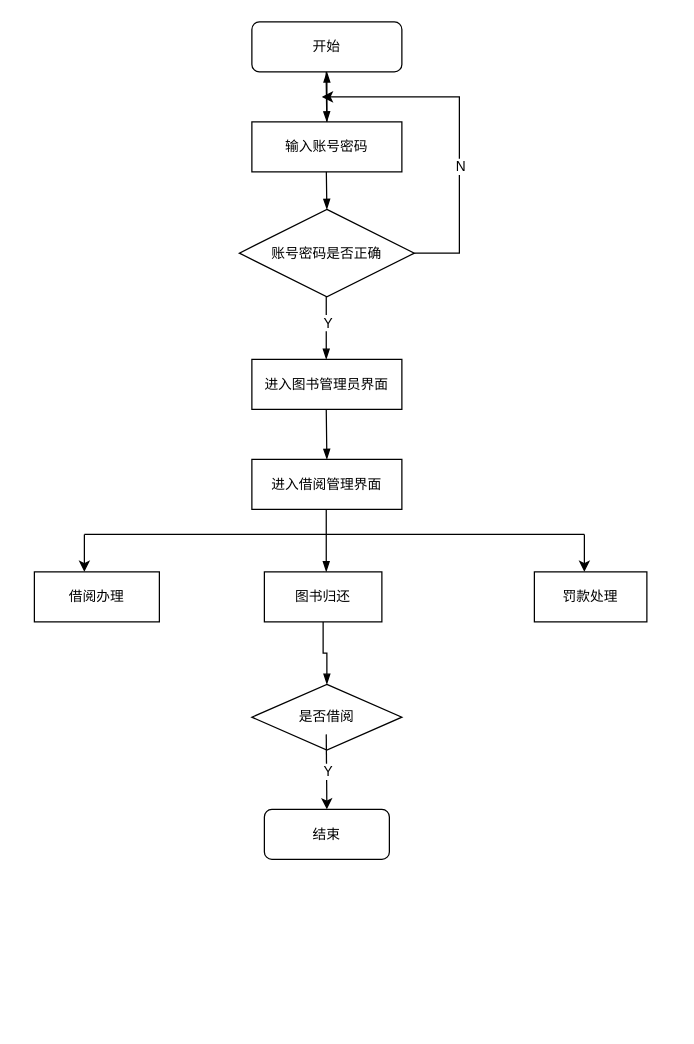
This is page "4-21" (19 of 19) of book.drawio from fanxy399/book, a draw.io file, before an edit. Source tidied: cells renumbered, new cells numbered last; positions are measured from the earlier drawing's top-left corner, leaving out a move shared by most shapes. Both pictures are drawn from the tidied source at 125%, with x=0, y=0 at pixel (34, 21).
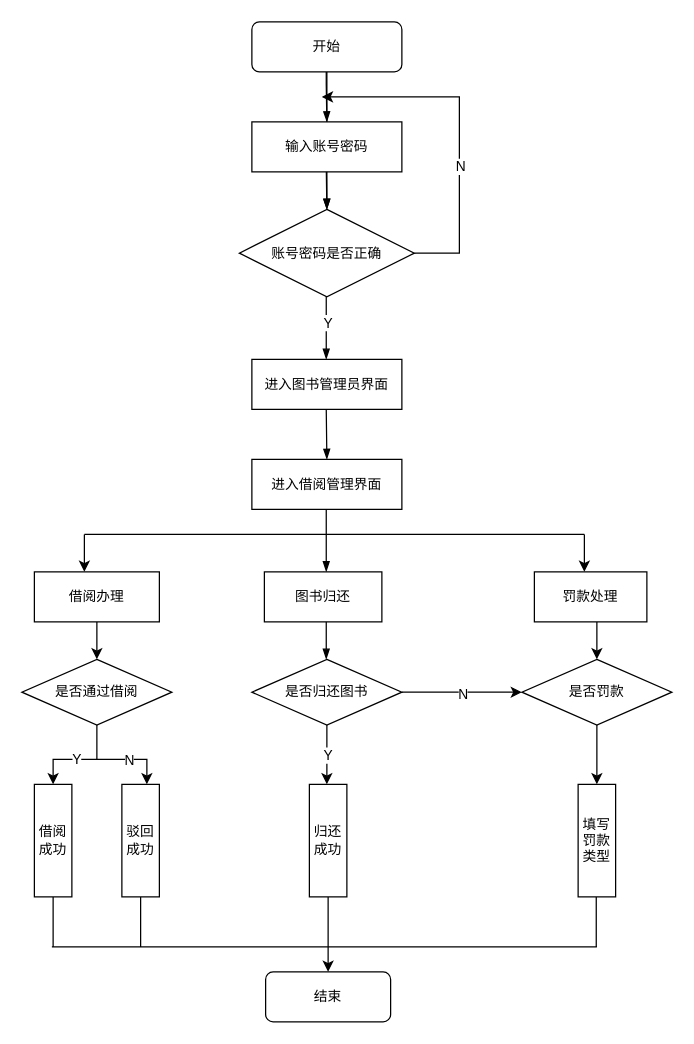
The same diagram, later.

Unchanged cells that the change refers to:
```xml
<mxCell id="3" value="开始" style="rounded=1;whiteSpace=wrap;html=1;fontFamily=Helvetica;fontSize=11;fontColor=default;" parent="1" vertex="1">
  <mxGeometry x="174" width="120" height="40" as="geometry" />
</mxCell>
<mxCell id="6" value="输入账号密码" style="rounded=0;whiteSpace=wrap;html=1;fontFamily=Helvetica;fontSize=11;fontColor=default;" parent="1" vertex="1">
  <mxGeometry x="174" y="80" width="120" height="40" as="geometry" />
</mxCell>
<mxCell id="9" value="账号密码是否正确" style="rhombus;whiteSpace=wrap;html=1;fontSize=11;rounded=0;" parent="1" vertex="1">
  <mxGeometry x="164" y="150" width="140" height="70" as="geometry" />
</mxCell>
<mxCell id="24" value="借阅办理" style="whiteSpace=wrap;html=1;fontSize=11;rounded=0;spacing=2;spacingTop=-1;" parent="1" vertex="1">
  <mxGeometry y="440" width="100" height="40" as="geometry" />
</mxCell>
<mxCell id="27" value="图书归还" style="whiteSpace=wrap;html=1;fontSize=11;rounded=0;spacing=2;spacingTop=-1;" parent="1" vertex="1">
  <mxGeometry x="184" y="440" width="94" height="40" as="geometry" />
</mxCell>
```

The edit, as a diff of the source:
```diff
@@
+    <mxCell id="28" style="edgeStyle=elbowEdgeStyle;shape=connector;rounded=0;jettySize=auto;elbow=vertical;html=1;labelBackgroundColor=default;strokeColor=default;align=center;verticalAlign=middle;fontFamily=Helvetica;fontSize=11;fontColor=default;endArrow=blockThin;endFill=1;" parent="1" edge="1" source="3" target="9">
+      <mxGeometry relative="1" as="geometry" />
+    </mxCell>
@@
-    <mxCell id="5" style="edgeStyle=elbowEdgeStyle;shape=connector;rounded=0;jettySize=auto;elbow=vertical;html=1;labelBackgroundColor=default;strokeColor=default;align=center;verticalAlign=middle;fontFamily=Helvetica;fontSize=11;fontColor=default;endArrow=blockThin;endFill=1;" parent="1" edge="1" source="6" target="3">
-      <mxGeometry relative="1" as="geometry" />
-    </mxCell>
@@
-    <mxCell id="16" style="edgeStyle=elbowEdgeStyle;shape=connector;rounded=0;jettySize=auto;elbow=vertical;html=1;labelBackgroundColor=default;strokeColor=default;align=center;verticalAlign=middle;fontFamily=Helvetica;fontSize=11;fontColor=default;endArrow=blockThin;endFill=1;entryX=0.5;entryY=0;entryDx=0;entryDy=0;" parent="1" edge="1" source="27" target="17">
-      <mxGeometry relative="1" as="geometry" />
+    <mxCell id="16" style="edgeStyle=elbowEdgeStyle;shape=connector;rounded=0;orthogonalLoop=1;jettySize=auto;elbow=vertical;html=1;labelBackgroundColor=default;strokeColor=default;align=center;verticalAlign=middle;fontFamily=Helvetica;fontSize=11;fontColor=default;endArrow=blockThin;endFill=1;entryX=0.5;entryY=0;entryDx=0;entryDy=0;" parent="1" edge="1">
+      <mxGeometry relative="1" as="geometry">
+        <mxPoint x="233.5" y="460" as="sourcePoint" />
+        <mxPoint x="233.5" y="510" as="targetPoint" />
+      </mxGeometry>
     </mxCell>
-    <mxCell id="17" value="是否借阅" style="rhombus;whiteSpace=wrap;html=1;fontSize=11;rounded=0;spacing=2;spacingTop=-1;" parent="1" vertex="1">
-      <mxGeometry x="174" y="530" width="120" height="52.5" as="geometry" />
+    <mxCell id="17" value="是否归还图书" style="rhombus;whiteSpace=wrap;html=1;fontSize=11;rounded=0;spacing=2;spacingTop=-1;" parent="1" vertex="1">
+      <mxGeometry x="174" y="510" width="120" height="52.5" as="geometry" />
     </mxCell>
-    <mxCell id="18" style="endArrow=classic;html=1;rounded=0;labelBackgroundColor=default;strokeColor=default;align=center;verticalAlign=middle;fontFamily=Helvetica;fontSize=11;fontColor=default;shape=connector;elbow=vertical;" parent="1" edge="1">
+    <mxCell id="18" style="endArrow=classic;html=1;rounded=0;labelBackgroundColor=default;strokeColor=default;align=center;verticalAlign=middle;fontFamily=Helvetica;fontSize=11;fontColor=default;shape=connector;elbow=vertical;exitX=0.5;exitY=1;exitDx=0;exitDy=0;" parent="1" edge="1" source="17">
       <mxGeometry relative="1" as="geometry">
-        <mxPoint x="233.5" y="570" as="sourcePoint" />
-        <mxPoint x="234" y="630" as="targetPoint" />
+        <mxPoint x="234" y="610" as="targetPoint" />
       </mxGeometry>
     </mxCell>
     <mxCell id="19" value="Y" style="edgeLabel;html=1;align=center;verticalAlign=middle;fontSize=11;fontFamily=Helvetica;fontColor=default;" parent="18" vertex="1">
-      <mxGeometry y="1" relative="1" as="geometry" />
+      <mxGeometry y="1" relative="1" as="geometry">
+        <mxPoint x="-1" as="offset" />
+      </mxGeometry>
     </mxCell>
     <mxCell id="20" value="结束" style="rounded=1;whiteSpace=wrap;html=1;fontFamily=Helvetica;fontSize=11;fontColor=default;" parent="1" vertex="1">
-      <mxGeometry x="184" y="630" width="100" height="40" as="geometry" />
+      <mxGeometry x="185" y="760" width="100" height="40" as="geometry" />
     </mxCell>
@@
+    <mxCell id="29" value="是否通过借阅" style="rhombus;whiteSpace=wrap;html=1;fontSize=11;rounded=0;spacing=2;spacingTop=-1;" parent="1" vertex="1">
+      <mxGeometry x="-10" y="510" width="120" height="52.5" as="geometry" />
+    </mxCell>
+    <mxCell id="30" value="是否罚款" style="rhombus;whiteSpace=wrap;html=1;fontSize=11;rounded=0;spacing=2;spacingTop=-1;" parent="1" vertex="1">
+      <mxGeometry x="390" y="510" width="120" height="52.5" as="geometry" />
+    </mxCell>
+    <mxCell id="31" style="endArrow=classic;html=1;rounded=0;labelBackgroundColor=default;strokeColor=default;align=center;verticalAlign=middle;fontFamily=Helvetica;fontSize=11;fontColor=default;shape=connector;elbow=vertical;exitX=0.5;exitY=1;exitDx=0;exitDy=0;entryX=0.5;entryY=0;entryDx=0;entryDy=0;" parent="1" edge="1" source="24" target="29">
+      <mxGeometry relative="1" as="geometry" />
+    </mxCell>
+    <mxCell id="32" style="endArrow=classic;html=1;rounded=0;labelBackgroundColor=default;strokeColor=default;align=center;verticalAlign=middle;fontFamily=Helvetica;fontSize=11;fontColor=default;shape=connector;elbow=vertical;entryX=0.5;entryY=0;entryDx=0;entryDy=0;" parent="1" edge="1" target="30">
+      <mxGeometry relative="1" as="geometry">
+        <mxPoint x="450" y="480" as="sourcePoint" />
+      </mxGeometry>
+    </mxCell>
+    <mxCell id="33" style="endArrow=classic;html=1;rounded=0;labelBackgroundColor=default;strokeColor=default;align=center;verticalAlign=middle;fontFamily=Helvetica;fontSize=11;fontColor=default;shape=connector;elbow=vertical;exitX=1;exitY=0.5;exitDx=0;exitDy=0;entryX=0;entryY=0.5;entryDx=0;entryDy=0;" parent="1" edge="1" source="17" target="30">
+      <mxGeometry relative="1" as="geometry" />
+    </mxCell>
+    <mxCell id="34" value="N" style="edgeLabel;html=1;align=center;verticalAlign=middle;fontSize=11;fontFamily=Helvetica;fontColor=default;" parent="33" vertex="1">
+      <mxGeometry y="-1" relative="1" as="geometry" />
+    </mxCell>
+    <mxCell id="35" value="归还成功" style="rounded=0;whiteSpace=wrap;html=1;fontFamily=Helvetica;fontSize=11;fontColor=default;spacing=5;" parent="1" vertex="1">
+      <mxGeometry x="220" y="610" width="30" height="90" as="geometry" />
+    </mxCell>
+    <mxCell id="36" value="驳回成功" style="rounded=0;whiteSpace=wrap;html=1;fontFamily=Helvetica;fontSize=11;fontColor=default;spacing=5;" parent="1" vertex="1">
+      <mxGeometry x="70" y="610" width="30" height="90" as="geometry" />
+    </mxCell>
+    <mxCell id="37" value="借阅成功" style="rounded=0;whiteSpace=wrap;html=1;fontFamily=Helvetica;fontSize=11;fontColor=default;spacing=5;" parent="1" vertex="1">
+      <mxGeometry y="610" width="30" height="90" as="geometry" />
+    </mxCell>
+    <mxCell id="38" value="填写罚款类型" style="rounded=0;whiteSpace=wrap;html=1;fontFamily=Helvetica;fontSize=11;fontColor=default;spacing=5;" parent="1" vertex="1">
+      <mxGeometry x="435" y="610" width="30" height="90" as="geometry" />
+    </mxCell>
+    <mxCell id="39" style="endArrow=classic;html=1;rounded=0;labelBackgroundColor=default;strokeColor=default;align=center;verticalAlign=middle;fontFamily=Helvetica;fontSize=11;fontColor=default;shape=connector;elbow=vertical;exitX=0.5;exitY=1;exitDx=0;exitDy=0;" parent="1" edge="1" source="35">
+      <mxGeometry relative="1" as="geometry">
+        <mxPoint x="235" y="760" as="targetPoint" />
+      </mxGeometry>
+    </mxCell>
+    <mxCell id="40" style="endArrow=classic;html=1;rounded=0;labelBackgroundColor=default;strokeColor=default;align=center;verticalAlign=middle;fontFamily=Helvetica;fontSize=11;fontColor=default;shape=connector;elbow=vertical;exitX=0.5;exitY=1;exitDx=0;exitDy=0;entryX=0.5;entryY=0;entryDx=0;entryDy=0;" parent="1" edge="1" source="29" target="37">
+      <mxGeometry relative="1" as="geometry">
+        <Array as="points">
+          <mxPoint x="50" y="590" />
+          <mxPoint x="15" y="590" />
+        </Array>
+      </mxGeometry>
+    </mxCell>
+    <mxCell id="41" value="Y" style="edgeLabel;html=1;align=center;verticalAlign=middle;fontSize=11;fontFamily=Helvetica;fontColor=default;" parent="40" vertex="1">
+      <mxGeometry x="0.08" y="-1" relative="1" as="geometry">
+        <mxPoint x="1" as="offset" />
+      </mxGeometry>
+    </mxCell>
+    <mxCell id="42" style="endArrow=classic;html=1;rounded=0;labelBackgroundColor=default;strokeColor=default;align=center;verticalAlign=middle;fontFamily=Helvetica;fontSize=11;fontColor=default;shape=connector;elbow=vertical;" parent="1" edge="1">
+      <mxGeometry relative="1" as="geometry">
+        <mxPoint x="50" y="590" as="sourcePoint" />
+        <mxPoint x="90" y="610" as="targetPoint" />
+        <Array as="points">
+          <mxPoint x="90" y="590" />
+        </Array>
+      </mxGeometry>
+    </mxCell>
+    <mxCell id="43" value="N" style="edgeLabel;html=1;align=center;verticalAlign=middle;fontSize=11;fontFamily=Helvetica;fontColor=default;" parent="42" vertex="1">
+      <mxGeometry x="-0.17" relative="1" as="geometry" />
+    </mxCell>
+    <mxCell id="44" style="endArrow=classic;html=1;rounded=0;labelBackgroundColor=default;strokeColor=default;align=center;verticalAlign=middle;fontFamily=Helvetica;fontSize=11;fontColor=default;shape=connector;elbow=vertical;exitX=0.5;exitY=1;exitDx=0;exitDy=0;entryX=0.5;entryY=0;entryDx=0;entryDy=0;" parent="1" edge="1" source="30" target="38">
+      <mxGeometry relative="1" as="geometry" />
+    </mxCell>
+    <mxCell id="45" style="endArrow=none;html=1;rounded=0;labelBackgroundColor=default;strokeColor=default;align=center;verticalAlign=middle;fontFamily=Helvetica;fontSize=11;fontColor=default;shape=connector;elbow=vertical;" parent="1" edge="1">
+      <mxGeometry relative="1" as="geometry">
+        <mxPoint x="14" y="740" as="sourcePoint" />
+        <mxPoint x="450" y="740" as="targetPoint" />
+      </mxGeometry>
+    </mxCell>
+    <mxCell id="46" style="endArrow=none;html=1;rounded=0;labelBackgroundColor=default;strokeColor=default;align=center;verticalAlign=middle;fontFamily=Helvetica;fontSize=11;fontColor=default;shape=connector;elbow=vertical;entryX=0.5;entryY=1;entryDx=0;entryDy=0;" parent="1" edge="1" target="37">
+      <mxGeometry relative="1" as="geometry">
+        <mxPoint x="15" y="740" as="sourcePoint" />
+      </mxGeometry>
+    </mxCell>
+    <mxCell id="47" style="endArrow=none;html=1;rounded=0;labelBackgroundColor=default;strokeColor=default;align=center;verticalAlign=middle;fontFamily=Helvetica;fontSize=11;fontColor=default;shape=connector;elbow=vertical;entryX=0.5;entryY=1;entryDx=0;entryDy=0;" parent="1" edge="1" target="36">
+      <mxGeometry relative="1" as="geometry">
+        <mxPoint x="85" y="740" as="sourcePoint" />
+      </mxGeometry>
+    </mxCell>
+    <mxCell id="48" style="endArrow=none;html=1;rounded=0;labelBackgroundColor=default;strokeColor=default;align=center;verticalAlign=middle;fontFamily=Helvetica;fontSize=11;fontColor=default;shape=connector;elbow=vertical;entryX=0.5;entryY=1;entryDx=0;entryDy=0;" parent="1" edge="1">
+      <mxGeometry relative="1" as="geometry">
+        <mxPoint x="449.5" y="740" as="sourcePoint" />
+        <mxPoint x="449.5" y="700" as="targetPoint" />
+      </mxGeometry>
+    </mxCell>
```
